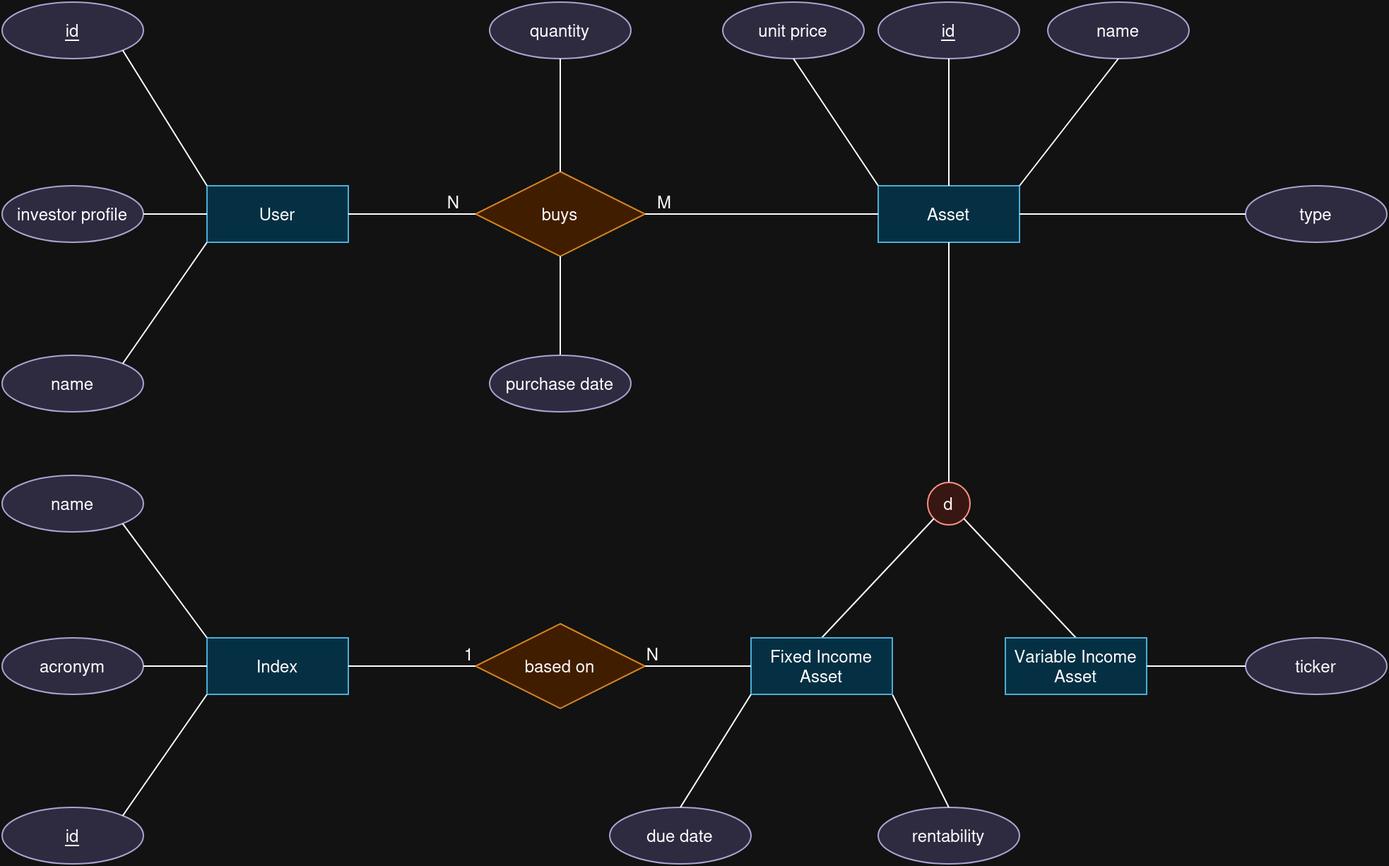
This is investment_service_erd.png from lincolnjpg/investment_service, a draw.io export, as it was before one commit. Source tidied: cells renumbered, new cells last; positions are measured from the earlier drawing's top-left corner, leaving out a move shared by most shapes.
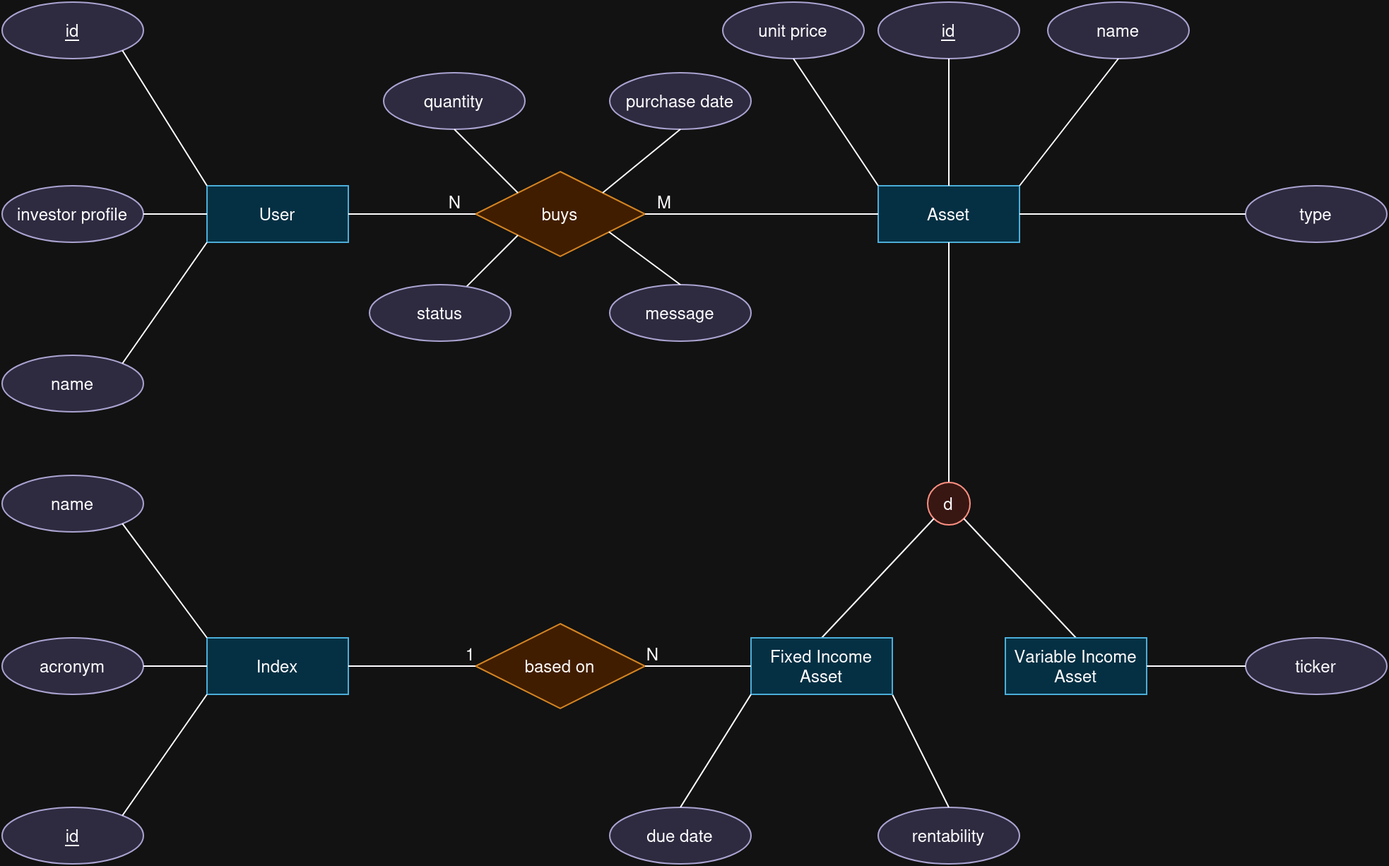
Later version of the same file.

Diff of the diagram source:
```diff
@@ -113,11 +113,11 @@
         <mxPoint x="11" as="offset" />
       </mxGeometry>
     </mxCell>
-    <mxCell id="37" style="endArrow=none;html=1;rounded=0;exitX=0.5;exitY=1;exitDx=0;exitDy=0;" parent="1" edge="1" source="5" target="38">
+    <mxCell id="37" style="endArrow=none;html=1;rounded=0;exitX=0;exitY=1;exitDx=0;exitDy=0;" parent="1" edge="1" source="5" target="38">
       <mxGeometry relative="1" as="geometry" />
     </mxCell>
-    <mxCell id="38" value="purchase date" style="ellipse;whiteSpace=wrap;html=1;align=center;fillColor=#d0cee2;strokeColor=#56517e;" parent="1" vertex="1">
-      <mxGeometry x="345" y="250" width="100" height="40" as="geometry" />
+    <mxCell id="38" value="status" style="ellipse;whiteSpace=wrap;html=1;align=center;fillColor=#d0cee2;strokeColor=#56517e;" parent="1" vertex="1">
+      <mxGeometry x="260" y="200" width="100" height="40" as="geometry" />
     </mxCell>
     <mxCell id="39" value="due date" style="ellipse;whiteSpace=wrap;html=1;align=center;fillColor=#d0cee2;strokeColor=#56517e;" parent="1" vertex="1">
       <mxGeometry x="430" y="570" width="100" height="40" as="geometry" />
@@ -132,9 +132,9 @@
       <mxGeometry relative="1" as="geometry" />
     </mxCell>
     <mxCell id="43" value="quantity" style="ellipse;whiteSpace=wrap;html=1;align=center;fillColor=#d0cee2;strokeColor=#56517e;" parent="1" vertex="1">
-      <mxGeometry x="345" width="100" height="40" as="geometry" />
+      <mxGeometry x="270" y="50" width="100" height="40" as="geometry" />
     </mxCell>
-    <mxCell id="44" style="endArrow=none;html=1;rounded=0;exitX=0.5;exitY=1;exitDx=0;exitDy=0;" parent="1" edge="1" source="43" target="5">
+    <mxCell id="44" style="endArrow=none;html=1;rounded=0;exitX=0.5;exitY=1;exitDx=0;exitDy=0;entryX=0;entryY=0;entryDx=0;entryDy=0;" parent="1" edge="1" source="43" target="5">
       <mxGeometry relative="1" as="geometry" />
     </mxCell>
     <mxCell id="45" value="ticker" style="ellipse;whiteSpace=wrap;html=1;align=center;fillColor=#d0cee2;strokeColor=#56517e;" parent="1" vertex="1">
@@ -155,5 +155,17 @@
     <mxCell id="50" style="endArrow=none;html=1;rounded=0;exitX=0;exitY=0.5;exitDx=0;exitDy=0;entryX=1;entryY=0.5;entryDx=0;entryDy=0;" parent="1" edge="1" source="49" target="3">
       <mxGeometry relative="1" as="geometry" />
     </mxCell>
+    <mxCell id="51" value="purchase date" style="ellipse;whiteSpace=wrap;html=1;align=center;fillColor=#d0cee2;strokeColor=#56517e;" parent="1" vertex="1">
+      <mxGeometry x="430" y="50" width="100" height="40" as="geometry" />
+    </mxCell>
+    <mxCell id="52" style="endArrow=none;html=1;rounded=0;exitX=0.5;exitY=1;exitDx=0;exitDy=0;entryX=1;entryY=0;entryDx=0;entryDy=0;" parent="1" edge="1" source="51" target="5">
+      <mxGeometry relative="1" as="geometry" />
+    </mxCell>
+    <mxCell id="53" value="message" style="ellipse;whiteSpace=wrap;html=1;align=center;fillColor=#d0cee2;strokeColor=#56517e;" parent="1" vertex="1">
+      <mxGeometry x="430" y="200" width="100" height="40" as="geometry" />
+    </mxCell>
+    <mxCell id="54" style="endArrow=none;html=1;rounded=0;entryX=0.787;entryY=0.71;entryDx=0;entryDy=0;entryPerimeter=0;exitX=0.5;exitY=0;exitDx=0;exitDy=0;" parent="1" edge="1" source="53" target="5">
+      <mxGeometry relative="1" as="geometry" />
+    </mxCell>
   </root>
 </mxGraphModel>
```
